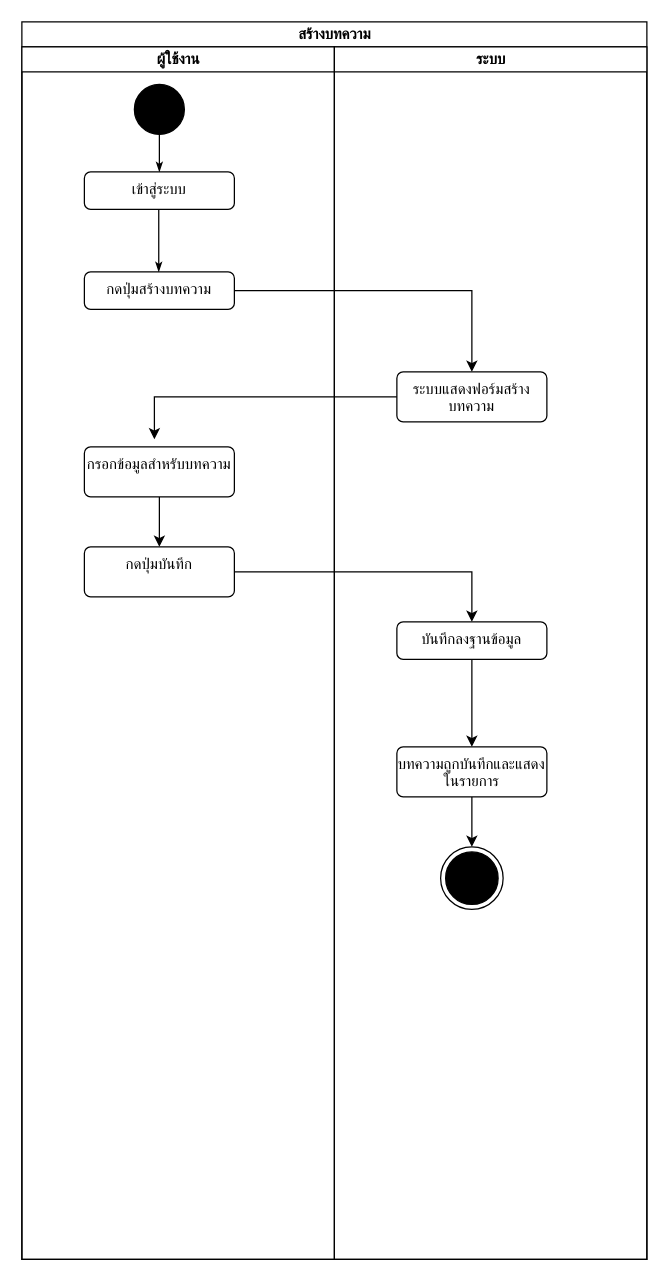
Earlier version of the draw.io diagram Blog.drawio (Ponlaput/Testgit). Source tidied: cells renumbered, new cells numbered last; positions are measured from the earlier drawing's top-left corner, leaving out a move shared by most shapes. Both pictures are drawn from the tidied source at 125%, with x=0, y=0 at pixel (21, 21).
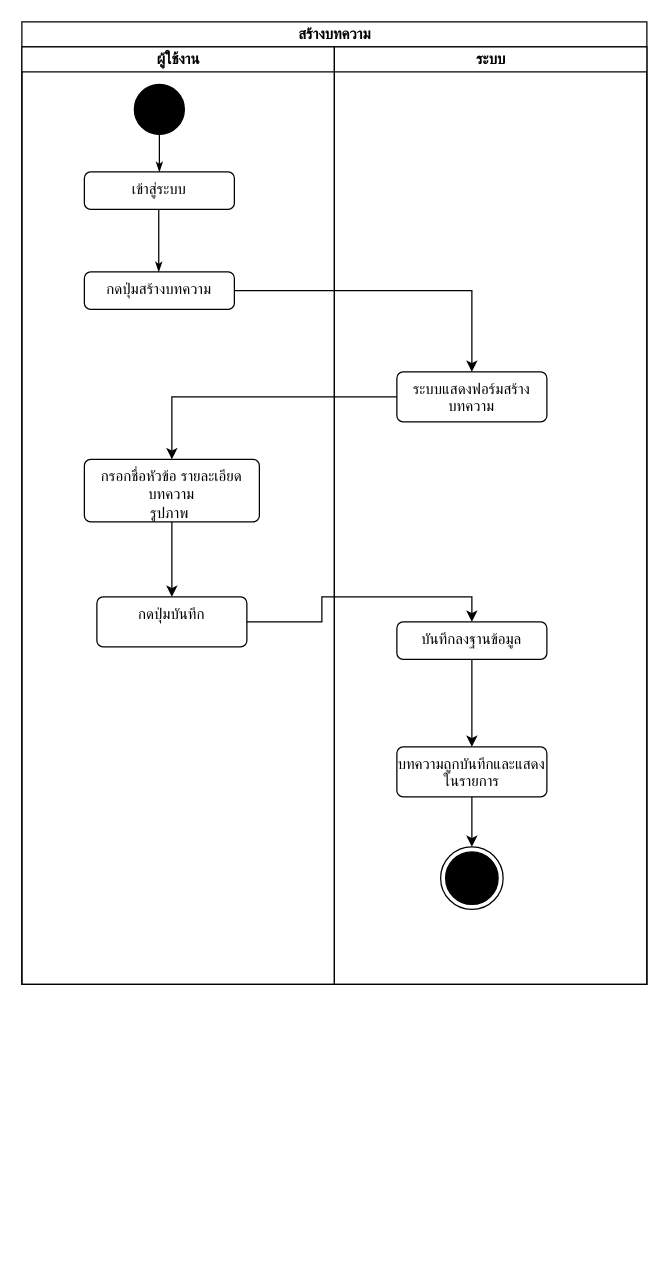
The same page after the edit.

The change refers to these unchanged cells:
```xml
<mxCell id="13" value="ระบบแสดงฟอร์มสร้างบทความ" style="html=1;align=center;verticalAlign=top;rounded=1;absoluteArcSize=1;arcSize=10;dashed=0;whiteSpace=wrap;" parent="12" vertex="1">
  <mxGeometry x="50" y="260" width="120" height="40" as="geometry" />
</mxCell>
```

The edit, as a diff of the source:
```diff
@@
     <mxCell id="2" value="สร้างบทความ" style="swimlane;html=1;startSize=20;rounded=0;shadow=0;comic=0;labelBackgroundColor=none;strokeWidth=1;fontFamily=Verdana;fontSize=12;align=center;" parent="1" vertex="1">
-      <mxGeometry width="500" height="990" as="geometry" />
+      <mxGeometry width="500" height="770" as="geometry" />
     </mxCell>
     <mxCell id="3" value="ผู้ใช้งาน" style="swimlane;html=1;startSize=20;" parent="2" vertex="1">
-      <mxGeometry y="20" width="250" height="970" as="geometry" />
+      <mxGeometry y="20" width="250" height="750" as="geometry" />
     </mxCell>
@@
-    <mxCell id="10" value="กรอกข้อมูลสำหรับบทความ" style="html=1;align=center;verticalAlign=top;rounded=1;absoluteArcSize=1;arcSize=10;dashed=0;whiteSpace=wrap;" parent="3" vertex="1">
-      <mxGeometry x="50" y="320" width="120" height="40" as="geometry" />
+    <mxCell id="10" value="กรอกชื่อหัวข้อ รายละเอียดบทความ&lt;br&gt;รูปภาพ&amp;nbsp;" style="html=1;align=center;verticalAlign=top;rounded=1;absoluteArcSize=1;arcSize=10;dashed=0;whiteSpace=wrap;" parent="3" vertex="1">
+      <mxGeometry x="50" y="330" width="140" height="50" as="geometry" />
     </mxCell>
     <mxCell id="11" value="กดปุ่มบันทึก" style="html=1;align=center;verticalAlign=top;rounded=1;absoluteArcSize=1;arcSize=10;dashed=0;whiteSpace=wrap;" parent="3" vertex="1">
-      <mxGeometry x="50" y="400" width="120" height="40" as="geometry" />
+      <mxGeometry x="60" y="440" width="120" height="40" as="geometry" />
     </mxCell>
+    <mxCell id="22" style="edgeStyle=orthogonalEdgeStyle;rounded=0;orthogonalLoop=1;jettySize=auto;html=1;exitX=0.5;exitY=1;exitDx=0;exitDy=0;" parent="3" edge="1" source="11" target="11">
+      <mxGeometry relative="1" as="geometry" />
+    </mxCell>
     <mxCell id="12" value="ระบบ" style="swimlane;html=1;startSize=20;" parent="2" vertex="1">
-      <mxGeometry x="250" y="20" width="250" height="970" as="geometry" />
+      <mxGeometry x="250" y="20" width="250" height="750" as="geometry" />
     </mxCell>
@@
-    <mxCell id="20" style="edgeStyle=orthogonalEdgeStyle;rounded=0;jettySize=auto;html=1;entryX=0.467;entryY=-0.15;entryDx=0;entryDy=0;entryPerimeter=0;" parent="2" edge="1" source="13" target="10">
+    <mxCell id="20" style="edgeStyle=orthogonalEdgeStyle;rounded=0;jettySize=auto;html=1;entryX=0.5;entryY=0;entryDx=0;entryDy=0;" parent="2" edge="1" source="13" target="10">
       <mxGeometry relative="1" as="geometry">
         <Array as="points">
-          <mxPoint x="106" y="300" />
+          <mxPoint x="120" y="300" />
         </Array>
       </mxGeometry>
     </mxCell>
```
